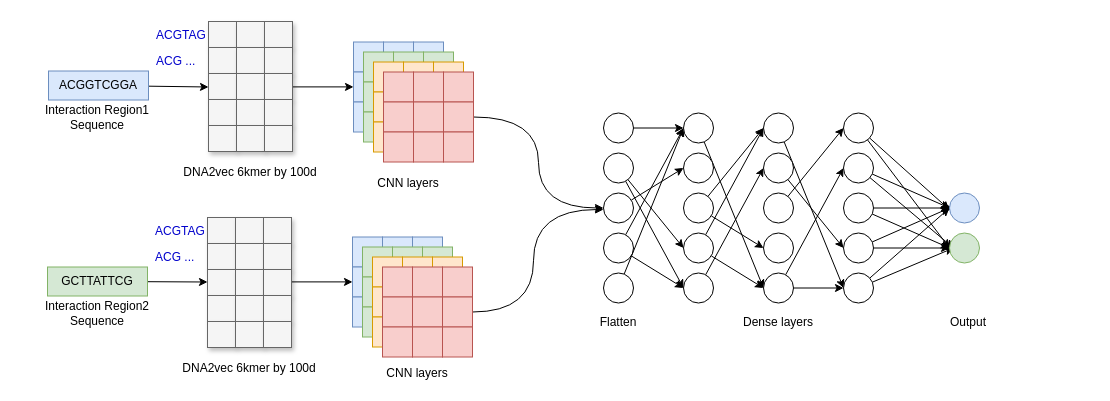
This is embedding_cnn_two_branch.drawio from NaiveTom/draw.io, a draw.io file, before an edit. Source tidied: cells renumbered, new cells numbered last; positions are measured from the earlier drawing's top-left corner, leaving out a move shared by most shapes. Both pictures are drawn from the tidied source at 100%, with x=0, y=0 at pixel (17, 21).
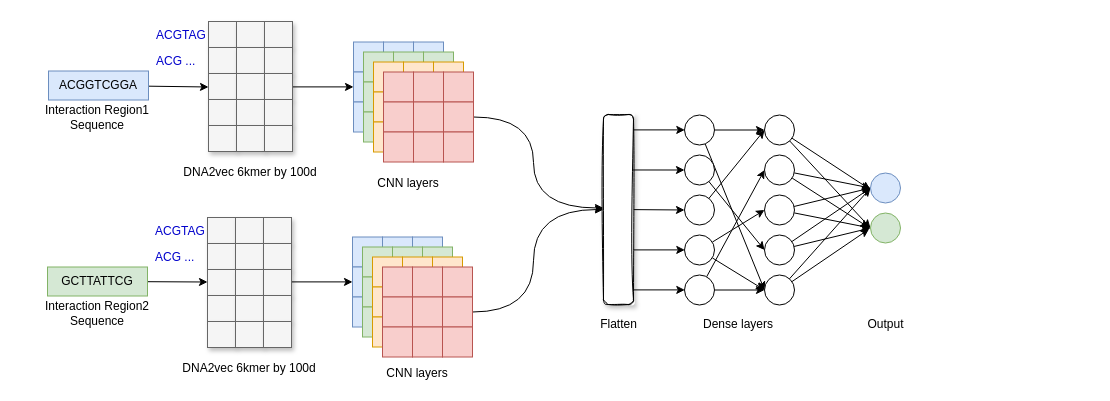
The same diagram, later.

Unchanged cells that the change refers to:
```xml
<mxCell id="93" style="whiteSpace=wrap;html=1;fillColor=#f8cecc;strokeColor=#b85450;" parent="1" vertex="1">
  <mxGeometry x="426" y="80.5" width="30" height="30" as="geometry" />
</mxCell>
```

What changed in the source:
```diff
@@
-    <mxCell id="2" style="edgeStyle=none;rounded=0;jettySize=auto;html=1;entryX=0;entryY=0.5;entryDx=0;entryDy=0;" parent="1" edge="1" source="3" target="15">
-      <mxGeometry relative="1" as="geometry" />
-    </mxCell>
-    <mxCell id="3" style="ellipse;whiteSpace=wrap;html=1;" parent="1" vertex="1">
-      <mxGeometry x="586" y="91.5" width="30" height="30" as="geometry" />
-    </mxCell>
-    <mxCell id="4" style="edgeStyle=none;rounded=1;jumpSize=20;jettySize=auto;html=1;entryX=0;entryY=0.5;entryDx=0;entryDy=0;strokeWidth=1;" parent="1" edge="1" source="6" target="24">
-      <mxGeometry relative="1" as="geometry" />
-    </mxCell>
-    <mxCell id="5" style="edgeStyle=none;rounded=1;jumpSize=20;jettySize=auto;html=1;entryX=0;entryY=0.5;entryDx=0;entryDy=0;strokeWidth=1;" parent="1" edge="1" source="6" target="22">
-      <mxGeometry relative="1" as="geometry" />
-    </mxCell>
-    <mxCell id="6" style="ellipse;whiteSpace=wrap;html=1;" parent="1" vertex="1">
-      <mxGeometry x="586" y="131.5" width="30" height="30" as="geometry" />
-    </mxCell>
-    <mxCell id="7" style="rounded=1;jumpSize=20;jettySize=auto;html=1;entryX=0;entryY=0.5;entryDx=0;entryDy=0;strokeWidth=1;" parent="1" edge="1" source="8" target="16">
-      <mxGeometry relative="1" as="geometry" />
-    </mxCell>
-    <mxCell id="8" style="ellipse;whiteSpace=wrap;html=1;" parent="1" vertex="1">
-      <mxGeometry x="586" y="171.5" width="30" height="30" as="geometry" />
-    </mxCell>
-    <mxCell id="9" style="rounded=1;jumpSize=20;jettySize=auto;html=1;entryX=0;entryY=0.5;entryDx=0;entryDy=0;strokeWidth=1;" parent="1" edge="1" source="11" target="15">
-      <mxGeometry relative="1" as="geometry" />
-    </mxCell>
-    <mxCell id="10" style="edgeStyle=none;rounded=1;jumpSize=20;jettySize=auto;html=1;entryX=0;entryY=0.5;entryDx=0;entryDy=0;strokeWidth=1;" parent="1" edge="1" source="11" target="24">
-      <mxGeometry relative="1" as="geometry" />
-    </mxCell>
-    <mxCell id="11" style="ellipse;whiteSpace=wrap;html=1;" parent="1" vertex="1">
-      <mxGeometry x="586" y="211.5" width="30" height="30" as="geometry" />
-    </mxCell>
-    <mxCell id="12" style="edgeStyle=none;rounded=1;jumpSize=20;jettySize=auto;html=1;entryX=0;entryY=0.5;entryDx=0;entryDy=0;strokeWidth=1;" parent="1" edge="1" source="13" target="15">
-      <mxGeometry relative="1" as="geometry" />
-    </mxCell>
-    <mxCell id="13" style="ellipse;whiteSpace=wrap;html=1;" parent="1" vertex="1">
-      <mxGeometry x="586" y="251.5" width="30" height="30" as="geometry" />
-    </mxCell>
-    <mxCell id="14" style="edgeStyle=none;rounded=1;jumpSize=20;jettySize=auto;html=1;entryX=0;entryY=0.5;entryDx=0;entryDy=0;strokeWidth=1;" parent="1" edge="1" source="15" target="36">
-      <mxGeometry relative="1" as="geometry" />
-    </mxCell>
-    <mxCell id="15" style="ellipse;whiteSpace=wrap;html=1;" parent="1" vertex="1">
-      <mxGeometry x="666" y="91.5" width="30" height="30" as="geometry" />
-    </mxCell>
-    <mxCell id="16" style="ellipse;whiteSpace=wrap;html=1;" parent="1" vertex="1">
-      <mxGeometry x="666" y="131.5" width="30" height="30" as="geometry" />
-    </mxCell>
-    <mxCell id="17" style="edgeStyle=none;rounded=1;jumpSize=20;jettySize=auto;html=1;entryX=0;entryY=0.5;entryDx=0;entryDy=0;strokeWidth=1;" parent="1" edge="1" source="19" target="33">
-      <mxGeometry relative="1" as="geometry" />
-    </mxCell>
-    <mxCell id="18" style="edgeStyle=none;rounded=1;jumpSize=20;jettySize=auto;html=1;entryX=0;entryY=0.5;entryDx=0;entryDy=0;strokeWidth=1;" parent="1" edge="1" source="19" target="28">
-      <mxGeometry relative="1" as="geometry" />
-    </mxCell>
-    <mxCell id="19" style="ellipse;whiteSpace=wrap;html=1;" parent="1" vertex="1">
-      <mxGeometry x="666" y="171.5" width="30" height="30" as="geometry" />
-    </mxCell>
-    <mxCell id="20" style="edgeStyle=none;rounded=1;jumpSize=20;jettySize=auto;html=1;entryX=0;entryY=0.5;entryDx=0;entryDy=0;strokeWidth=1;" parent="1" edge="1" source="22" target="28">
-      <mxGeometry relative="1" as="geometry" />
-    </mxCell>
-    <mxCell id="21" style="edgeStyle=none;rounded=1;jumpSize=20;jettySize=auto;html=1;entryX=0;entryY=0.5;entryDx=0;entryDy=0;strokeWidth=1;" parent="1" edge="1" source="22" target="36">
-      <mxGeometry relative="1" as="geometry" />
-    </mxCell>
-    <mxCell id="22" style="ellipse;whiteSpace=wrap;html=1;" parent="1" vertex="1">
-      <mxGeometry x="666" y="211.5" width="30" height="30" as="geometry" />
-    </mxCell>
-    <mxCell id="23" style="edgeStyle=none;rounded=1;jumpSize=20;jettySize=auto;html=1;entryX=0;entryY=0.5;entryDx=0;entryDy=0;strokeWidth=1;" parent="1" edge="1" source="24" target="30">
-      <mxGeometry relative="1" as="geometry" />
-    </mxCell>
-    <mxCell id="24" style="ellipse;whiteSpace=wrap;html=1;" parent="1" vertex="1">
-      <mxGeometry x="666" y="251.5" width="30" height="30" as="geometry" />
-    </mxCell>
-    <mxCell id="25" value="Dense layers" style="text;html=1;strokeColor=none;fillColor=none;align=center;verticalAlign=middle;whiteSpace=wrap;rounded=0;" parent="1" vertex="1">
-      <mxGeometry x="636" y="290.5" width="250" height="20" as="geometry" />
-    </mxCell>
-    <mxCell id="26" value="Flatten" style="text;html=1;strokeColor=none;fillColor=none;align=center;verticalAlign=middle;whiteSpace=wrap;rounded=0;" parent="1" vertex="1">
-      <mxGeometry x="476" y="290.5" width="250" height="20" as="geometry" />
-    </mxCell>
-    <mxCell id="27" style="edgeStyle=none;rounded=1;jumpSize=20;jettySize=auto;html=1;entryX=0;entryY=0.5;entryDx=0;entryDy=0;strokeWidth=1;" parent="1" edge="1" source="28" target="51">
-      <mxGeometry relative="1" as="geometry" />
-    </mxCell>
-    <mxCell id="28" style="ellipse;whiteSpace=wrap;html=1;" parent="1" vertex="1">
-      <mxGeometry x="746" y="91.5" width="30" height="30" as="geometry" />
-    </mxCell>
-    <mxCell id="29" style="edgeStyle=none;rounded=1;jumpSize=20;jettySize=auto;html=1;entryX=0;entryY=0.5;entryDx=0;entryDy=0;strokeWidth=1;" parent="1" edge="1" source="30" target="48">
-      <mxGeometry relative="1" as="geometry" />
-    </mxCell>
-    <mxCell id="30" style="ellipse;whiteSpace=wrap;html=1;" parent="1" vertex="1">
-      <mxGeometry x="746" y="131.5" width="30" height="30" as="geometry" />
-    </mxCell>
-    <mxCell id="31" style="edgeStyle=none;rounded=1;jumpSize=20;jettySize=auto;html=1;entryX=0;entryY=0.5;entryDx=0;entryDy=0;strokeWidth=1;" parent="1" edge="1" source="32" target="39">
-      <mxGeometry relative="1" as="geometry" />
-    </mxCell>
-    <mxCell id="32" style="ellipse;whiteSpace=wrap;html=1;" parent="1" vertex="1">
-      <mxGeometry x="746" y="171.5" width="30" height="30" as="geometry" />
-    </mxCell>
-    <mxCell id="33" style="ellipse;whiteSpace=wrap;html=1;" parent="1" vertex="1">
-      <mxGeometry x="746" y="211.5" width="30" height="30" as="geometry" />
-    </mxCell>
-    <mxCell id="34" style="edgeStyle=none;rounded=1;jumpSize=20;jettySize=auto;html=1;entryX=0;entryY=0.5;entryDx=0;entryDy=0;strokeWidth=1;" parent="1" edge="1" source="36" target="42">
-      <mxGeometry relative="1" as="geometry" />
-    </mxCell>
-    <mxCell id="35" style="edgeStyle=none;rounded=1;jumpSize=20;jettySize=auto;html=1;entryX=0;entryY=0.5;entryDx=0;entryDy=0;strokeWidth=1;" parent="1" edge="1" source="36" target="51">
-      <mxGeometry relative="1" as="geometry" />
-    </mxCell>
-    <mxCell id="36" style="ellipse;whiteSpace=wrap;html=1;" parent="1" vertex="1">
-      <mxGeometry x="746" y="251.5" width="30" height="30" as="geometry" />
-    </mxCell>
-    <mxCell id="37" style="edgeStyle=none;rounded=1;jumpSize=20;jettySize=auto;html=1;entryX=0;entryY=0.5;entryDx=0;entryDy=0;strokeWidth=1;" parent="1" edge="1" source="39" target="54">
-      <mxGeometry relative="1" as="geometry" />
-    </mxCell>
-    <mxCell id="38" style="edgeStyle=none;rounded=1;jumpSize=20;jettySize=auto;html=1;strokeWidth=1;entryX=-0.001;entryY=0.557;entryDx=0;entryDy=0;entryPerimeter=0;" parent="1" edge="1" source="39" target="53">
-      <mxGeometry relative="1" as="geometry" />
-    </mxCell>
-    <mxCell id="39" style="ellipse;whiteSpace=wrap;html=1;" parent="1" vertex="1">
-      <mxGeometry x="826" y="91.5" width="30" height="30" as="geometry" />
-    </mxCell>
-    <mxCell id="40" style="edgeStyle=none;rounded=1;jumpSize=20;jettySize=auto;html=1;entryX=0;entryY=0.5;entryDx=0;entryDy=0;strokeWidth=1;" parent="1" edge="1" source="42" target="53">
-      <mxGeometry relative="1" as="geometry" />
-    </mxCell>
-    <mxCell id="41" style="edgeStyle=none;rounded=1;jumpSize=20;jettySize=auto;html=1;strokeWidth=1;" parent="1" edge="1" source="42">
-      <mxGeometry relative="1" as="geometry">
-        <mxPoint x="936" y="226.5" as="targetPoint" />
-      </mxGeometry>
-    </mxCell>
-    <mxCell id="42" style="ellipse;whiteSpace=wrap;html=1;" parent="1" vertex="1">
-      <mxGeometry x="826" y="131.5" width="30" height="30" as="geometry" />
-    </mxCell>
-    <mxCell id="43" style="edgeStyle=none;rounded=1;jumpSize=20;jettySize=auto;html=1;entryX=0;entryY=0.5;entryDx=0;entryDy=0;strokeWidth=1;" parent="1" edge="1" source="45" target="54">
-      <mxGeometry relative="1" as="geometry" />
-    </mxCell>
-    <mxCell id="44" style="edgeStyle=none;rounded=1;jumpSize=20;jettySize=auto;html=1;strokeWidth=1;" parent="1" edge="1" source="45">
-      <mxGeometry relative="1" as="geometry">
-        <mxPoint x="936" y="186.5" as="targetPoint" />
-      </mxGeometry>
-    </mxCell>
-    <mxCell id="45" style="ellipse;whiteSpace=wrap;html=1;" parent="1" vertex="1">
-      <mxGeometry x="826" y="171.5" width="30" height="30" as="geometry" />
-    </mxCell>
-    <mxCell id="46" style="edgeStyle=none;rounded=1;jumpSize=20;jettySize=auto;html=1;entryX=0;entryY=0.5;entryDx=0;entryDy=0;strokeWidth=1;" parent="1" edge="1" source="48" target="53">
-      <mxGeometry relative="1" as="geometry" />
-    </mxCell>
-    <mxCell id="47" style="edgeStyle=none;rounded=1;jumpSize=20;jettySize=auto;html=1;strokeWidth=1;entryX=0;entryY=0.5;entryDx=0;entryDy=0;" parent="1" edge="1" source="48" target="54">
-      <mxGeometry relative="1" as="geometry" />
-    </mxCell>
-    <mxCell id="48" style="ellipse;whiteSpace=wrap;html=1;" parent="1" vertex="1">
-      <mxGeometry x="826" y="211.5" width="30" height="30" as="geometry" />
-    </mxCell>
-    <mxCell id="49" style="edgeStyle=none;rounded=1;jumpSize=20;jettySize=auto;html=1;strokeWidth=1;" parent="1" edge="1" source="51">
-      <mxGeometry relative="1" as="geometry">
-        <mxPoint x="936" y="226.5" as="targetPoint" />
-      </mxGeometry>
-    </mxCell>
-    <mxCell id="50" style="edgeStyle=none;rounded=1;jumpSize=20;jettySize=auto;html=1;strokeWidth=1;entryX=0;entryY=0.5;entryDx=0;entryDy=0;" parent="1" edge="1" source="51" target="53">
-      <mxGeometry relative="1" as="geometry" />
-    </mxCell>
-    <mxCell id="51" style="ellipse;whiteSpace=wrap;html=1;" parent="1" vertex="1">
-      <mxGeometry x="826" y="251.5" width="30" height="30" as="geometry" />
-    </mxCell>
-    <mxCell id="52" value="&lt;div&gt;Output&lt;/div&gt;" style="text;html=1;strokeColor=none;fillColor=none;align=center;verticalAlign=middle;whiteSpace=wrap;rounded=0;" parent="1" vertex="1">
-      <mxGeometry x="826" y="290.5" width="250" height="20" as="geometry" />
-    </mxCell>
-    <mxCell id="53" style="ellipse;whiteSpace=wrap;html=1;fillColor=#dae8fc;strokeColor=#6c8ebf;" parent="1" vertex="1">
-      <mxGeometry x="932" y="171.5" width="30" height="30" as="geometry" />
-    </mxCell>
-    <mxCell id="54" style="ellipse;whiteSpace=wrap;html=1;fillColor=#d5e8d4;strokeColor=#82b366;" parent="1" vertex="1">
-      <mxGeometry x="932" y="211.5" width="30" height="30" as="geometry" />
-    </mxCell>
@@
-    <mxCell id="92" style="edgeStyle=orthogonalEdgeStyle;curved=1;rounded=0;jettySize=auto;html=1;entryX=0;entryY=0.5;entryDx=0;entryDy=0;" parent="1" edge="1" source="93" target="8">
-      <mxGeometry relative="1" as="geometry" />
+    <mxCell id="92" style="edgeStyle=orthogonalEdgeStyle;curved=1;rounded=0;jettySize=auto;html=1;entryX=0;entryY=0.5;entryDx=0;entryDy=0;" parent="1" edge="1" source="93">
+      <mxGeometry relative="1" as="geometry">
+        <mxPoint x="586" y="186.5" as="targetPoint" />
+        <Array as="points">
+          <mxPoint x="516" y="95" />
+          <mxPoint x="516" y="187" />
+        </Array>
+      </mxGeometry>
     </mxCell>
@@
+    <mxCell id="25" value="Dense layers" style="text;html=1;strokeColor=none;fillColor=none;align=center;verticalAlign=middle;whiteSpace=wrap;rounded=0;" parent="1" vertex="1">
+      <mxGeometry x="676" y="292.5" width="90" height="20" as="geometry" />
+    </mxCell>
+    <mxCell id="26" value="Flatten" style="text;html=1;strokeColor=none;fillColor=none;align=center;verticalAlign=middle;whiteSpace=wrap;rounded=0;" parent="1" vertex="1">
+      <mxGeometry x="590.5" y="292.5" width="21" height="20" as="geometry" />
+    </mxCell>
+    <mxCell id="175" style="edgeStyle=none;rounded=1;jumpSize=20;jettySize=auto;html=1;entryX=0;entryY=0.5;entryDx=0;entryDy=0;strokeWidth=1;" parent="1" edge="1" source="177" target="202">
+      <mxGeometry relative="1" as="geometry" />
+    </mxCell>
+    <mxCell id="176" style="edgeStyle=none;rounded=0;jettySize=auto;html=1;entryX=0;entryY=0.5;entryDx=0;entryDy=0;" parent="1" edge="1" source="177" target="190">
+      <mxGeometry relative="1" as="geometry" />
+    </mxCell>
+    <mxCell id="177" style="ellipse;whiteSpace=wrap;html=1;" parent="1" vertex="1">
+      <mxGeometry x="667" y="93.5" width="30" height="30" as="geometry" />
+    </mxCell>
+    <mxCell id="178" style="edgeStyle=none;rounded=1;jumpSize=20;jettySize=auto;html=1;entryX=0;entryY=0.5;entryDx=0;entryDy=0;strokeWidth=1;" parent="1" edge="1" source="179" target="199">
+      <mxGeometry relative="1" as="geometry" />
+    </mxCell>
+    <mxCell id="179" style="ellipse;whiteSpace=wrap;html=1;" parent="1" vertex="1">
+      <mxGeometry x="667" y="133.5" width="30" height="30" as="geometry" />
+    </mxCell>
+    <mxCell id="180" style="edgeStyle=none;rounded=1;jumpSize=20;jettySize=auto;html=1;entryX=0;entryY=0.5;entryDx=0;entryDy=0;strokeWidth=1;" parent="1" edge="1" source="181" target="190">
+      <mxGeometry relative="1" as="geometry" />
+    </mxCell>
+    <mxCell id="181" style="ellipse;whiteSpace=wrap;html=1;" parent="1" vertex="1">
+      <mxGeometry x="667" y="173.5" width="30" height="30" as="geometry" />
+    </mxCell>
+    <mxCell id="182" style="edgeStyle=none;rounded=0;jettySize=auto;html=1;entryX=0;entryY=0.5;entryDx=0;entryDy=0;" parent="1" edge="1" source="184" target="196">
+      <mxGeometry relative="1" as="geometry" />
+    </mxCell>
+    <mxCell id="183" style="edgeStyle=none;rounded=0;jettySize=auto;html=1;entryX=0;entryY=0.5;entryDx=0;entryDy=0;" parent="1" edge="1" source="184" target="202">
+      <mxGeometry relative="1" as="geometry" />
+    </mxCell>
+    <mxCell id="184" style="ellipse;whiteSpace=wrap;html=1;" parent="1" vertex="1">
+      <mxGeometry x="667" y="213.5" width="30" height="30" as="geometry" />
+    </mxCell>
+    <mxCell id="185" style="edgeStyle=none;rounded=1;jumpSize=20;jettySize=auto;html=1;entryX=0;entryY=0.5;entryDx=0;entryDy=0;strokeWidth=1;" parent="1" edge="1" source="187" target="193">
+      <mxGeometry relative="1" as="geometry" />
+    </mxCell>
+    <mxCell id="186" style="edgeStyle=none;rounded=1;jumpSize=20;jettySize=auto;html=1;entryX=0;entryY=0.5;entryDx=0;entryDy=0;strokeWidth=1;" parent="1" edge="1" source="187" target="202">
+      <mxGeometry relative="1" as="geometry" />
+    </mxCell>
+    <mxCell id="187" style="ellipse;whiteSpace=wrap;html=1;" parent="1" vertex="1">
+      <mxGeometry x="667" y="253.5" width="30" height="30" as="geometry" />
+    </mxCell>
+    <mxCell id="188" style="edgeStyle=none;rounded=1;jumpSize=20;jettySize=auto;html=1;entryX=0;entryY=0.5;entryDx=0;entryDy=0;strokeWidth=1;" parent="1" edge="1" source="190" target="204">
+      <mxGeometry relative="1" as="geometry" />
+    </mxCell>
+    <mxCell id="189" style="edgeStyle=none;rounded=1;jumpSize=20;jettySize=auto;html=1;strokeWidth=1;entryX=-0.001;entryY=0.557;entryDx=0;entryDy=0;entryPerimeter=0;" parent="1" edge="1" source="190" target="203">
+      <mxGeometry relative="1" as="geometry" />
+    </mxCell>
+    <mxCell id="190" style="ellipse;whiteSpace=wrap;html=1;" parent="1" vertex="1">
+      <mxGeometry x="747" y="93.5" width="30" height="30" as="geometry" />
+    </mxCell>
+    <mxCell id="191" style="edgeStyle=none;rounded=1;jumpSize=20;jettySize=auto;html=1;entryX=0;entryY=0.5;entryDx=0;entryDy=0;strokeWidth=1;" parent="1" edge="1" source="193" target="203">
+      <mxGeometry relative="1" as="geometry" />
+    </mxCell>
+    <mxCell id="192" style="edgeStyle=none;rounded=1;jumpSize=20;jettySize=auto;html=1;strokeWidth=1;entryX=-0.057;entryY=0.483;entryDx=0;entryDy=0;entryPerimeter=0;" parent="1" edge="1" source="193" target="204">
+      <mxGeometry relative="1" as="geometry" />
+    </mxCell>
+    <mxCell id="193" style="ellipse;whiteSpace=wrap;html=1;" parent="1" vertex="1">
+      <mxGeometry x="747" y="133.5" width="30" height="30" as="geometry" />
+    </mxCell>
+    <mxCell id="194" style="edgeStyle=none;rounded=1;jumpSize=20;jettySize=auto;html=1;entryX=0;entryY=0.5;entryDx=0;entryDy=0;strokeWidth=1;" parent="1" edge="1" source="196" target="204">
+      <mxGeometry relative="1" as="geometry" />
+    </mxCell>
+    <mxCell id="195" style="edgeStyle=none;rounded=1;jumpSize=20;jettySize=auto;html=1;strokeWidth=1;entryX=0;entryY=0.5;entryDx=0;entryDy=0;" parent="1" edge="1" source="196" target="203">
+      <mxGeometry relative="1" as="geometry" />
+    </mxCell>
+    <mxCell id="196" style="ellipse;whiteSpace=wrap;html=1;" parent="1" vertex="1">
+      <mxGeometry x="747" y="173.5" width="30" height="30" as="geometry" />
+    </mxCell>
+    <mxCell id="197" style="edgeStyle=none;rounded=1;jumpSize=20;jettySize=auto;html=1;entryX=0;entryY=0.5;entryDx=0;entryDy=0;strokeWidth=1;" parent="1" edge="1" source="199" target="203">
+      <mxGeometry relative="1" as="geometry" />
+    </mxCell>
+    <mxCell id="198" style="edgeStyle=none;rounded=1;jumpSize=20;jettySize=auto;html=1;strokeWidth=1;entryX=0;entryY=0.5;entryDx=0;entryDy=0;" parent="1" edge="1" source="199" target="204">
+      <mxGeometry relative="1" as="geometry" />
+    </mxCell>
+    <mxCell id="199" style="ellipse;whiteSpace=wrap;html=1;" parent="1" vertex="1">
+      <mxGeometry x="747" y="213.5" width="30" height="30" as="geometry" />
+    </mxCell>
+    <mxCell id="200" style="edgeStyle=none;rounded=1;jumpSize=20;jettySize=auto;html=1;strokeWidth=1;entryX=-0.05;entryY=0.538;entryDx=0;entryDy=0;entryPerimeter=0;" parent="1" edge="1" source="202" target="204">
+      <mxGeometry relative="1" as="geometry" />
+    </mxCell>
+    <mxCell id="201" style="edgeStyle=none;rounded=1;jumpSize=20;jettySize=auto;html=1;strokeWidth=1;entryX=0;entryY=0.5;entryDx=0;entryDy=0;" parent="1" edge="1" source="202" target="203">
+      <mxGeometry relative="1" as="geometry" />
+    </mxCell>
+    <mxCell id="202" style="ellipse;whiteSpace=wrap;html=1;" parent="1" vertex="1">
+      <mxGeometry x="747" y="253.5" width="30" height="30" as="geometry" />
+    </mxCell>
+    <mxCell id="52" value="&lt;div&gt;Output&lt;/div&gt;" style="text;html=1;strokeColor=none;fillColor=none;align=center;verticalAlign=middle;whiteSpace=wrap;rounded=0;" parent="1" vertex="1">
+      <mxGeometry x="856.8" y="292.5" width="22.5" height="20" as="geometry" />
+    </mxCell>
+    <mxCell id="203" style="ellipse;whiteSpace=wrap;html=1;fillColor=#dae8fc;strokeColor=#6c8ebf;" parent="1" vertex="1">
+      <mxGeometry x="853" y="151.5" width="30" height="30" as="geometry" />
+    </mxCell>
+    <mxCell id="204" style="ellipse;whiteSpace=wrap;html=1;fillColor=#d5e8d4;strokeColor=#82b366;" parent="1" vertex="1">
+      <mxGeometry x="853" y="191.5" width="30" height="30" as="geometry" />
+    </mxCell>
+    <mxCell id="205" style="rounded=0;jettySize=auto;html=1;entryX=0;entryY=0.5;entryDx=0;entryDy=0;" parent="1" edge="1" source="206">
+      <mxGeometry relative="1" as="geometry">
+        <mxPoint x="667" y="188.5" as="targetPoint" />
+      </mxGeometry>
+    </mxCell>
+    <mxCell id="206" style="rounded=1;whiteSpace=wrap;html=1;shadow=1;glass=0;sketch=1;" parent="1" vertex="1">
+      <mxGeometry x="586" y="93" width="30" height="190" as="geometry" />
+    </mxCell>
+    <mxCell id="207" style="endArrow=classic;html=1;entryX=0;entryY=0.5;entryDx=0;entryDy=0;exitX=0.989;exitY=0.292;exitDx=0;exitDy=0;exitPerimeter=0;" parent="1" edge="1" source="206">
+      <mxGeometry relative="1" as="geometry">
+        <mxPoint x="667" y="148.5" as="targetPoint" />
+      </mxGeometry>
+    </mxCell>
+    <mxCell id="208" style="endArrow=classic;html=1;entryX=0;entryY=0.5;entryDx=0;entryDy=0;exitX=0.989;exitY=0.292;exitDx=0;exitDy=0;exitPerimeter=0;" parent="1" edge="1">
+      <mxGeometry relative="1" as="geometry">
+        <mxPoint x="616" y="108.4" as="sourcePoint" />
+        <mxPoint x="667.3" y="108.4" as="targetPoint" />
+      </mxGeometry>
+    </mxCell>
+    <mxCell id="209" style="endArrow=classic;html=1;entryX=0;entryY=0.5;entryDx=0;entryDy=0;exitX=0.989;exitY=0.292;exitDx=0;exitDy=0;exitPerimeter=0;" parent="1" edge="1">
+      <mxGeometry relative="1" as="geometry">
+        <mxPoint x="616" y="228.4" as="sourcePoint" />
+        <mxPoint x="667.3" y="228.4" as="targetPoint" />
+      </mxGeometry>
+    </mxCell>
+    <mxCell id="210" style="endArrow=classic;html=1;entryX=0;entryY=0.5;entryDx=0;entryDy=0;exitX=0.989;exitY=0.292;exitDx=0;exitDy=0;exitPerimeter=0;" parent="1" edge="1">
+      <mxGeometry relative="1" as="geometry">
+        <mxPoint x="616" y="268.4" as="sourcePoint" />
+        <mxPoint x="667.3" y="268.4" as="targetPoint" />
+      </mxGeometry>
+    </mxCell>
```
